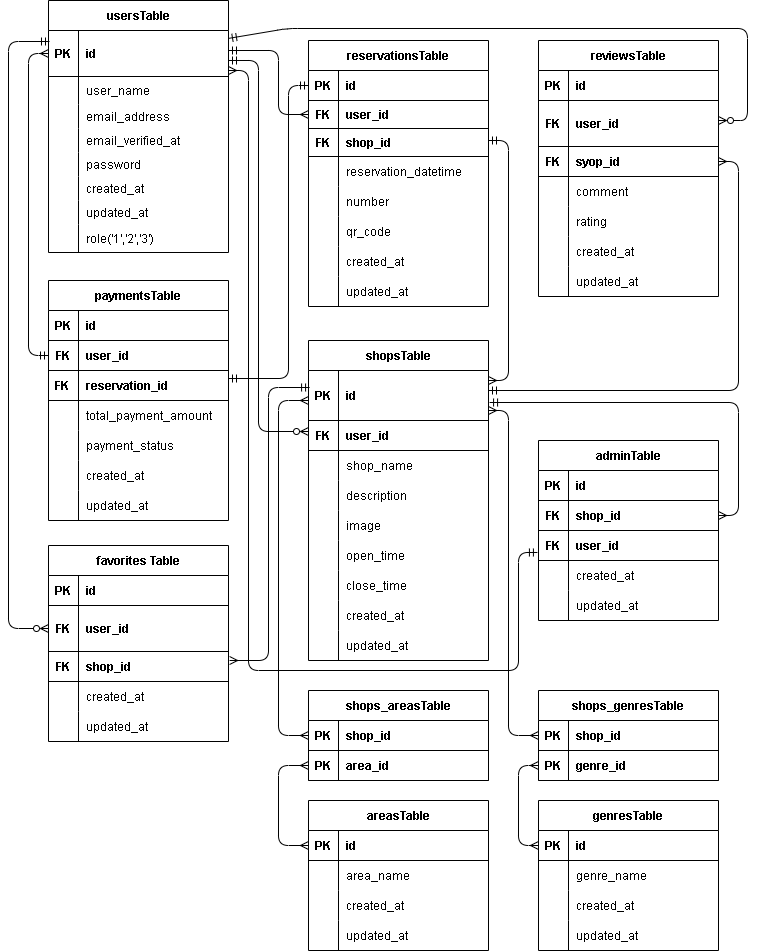
This is src/rese.drawio.png from ponponmama/2024-07-13, a draw.io export, as it was before one commit. Source tidied: cells renumbered, new cells last; positions are measured from the earlier drawing's top-left corner, leaving out a move shared by most shapes.
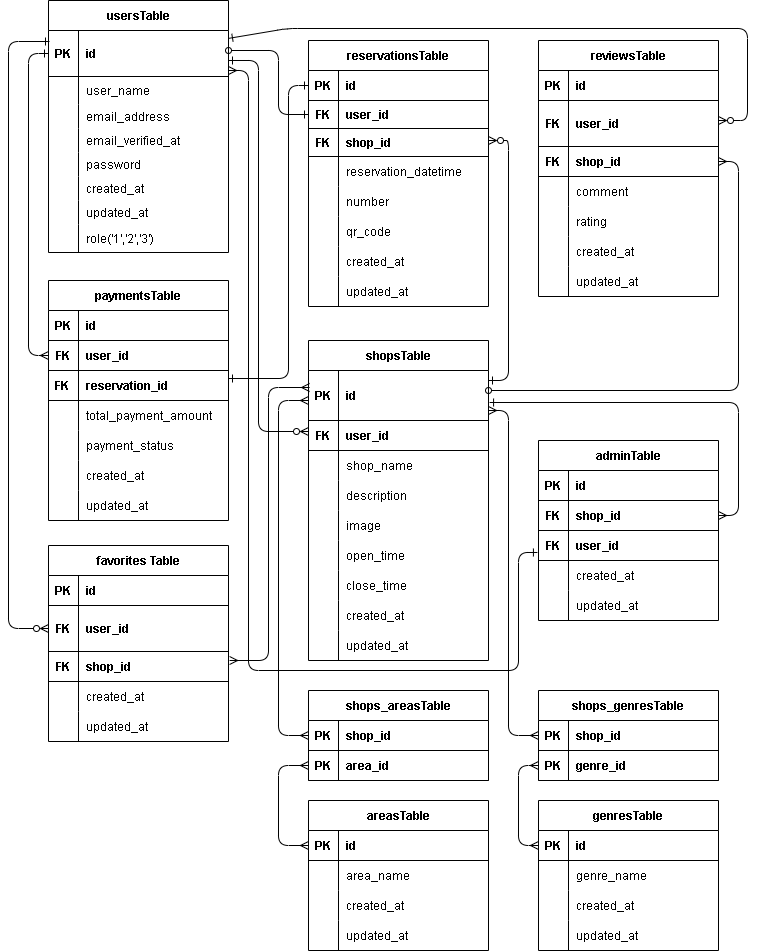
After the commit.

Commit message:
rese ER図修正

What changed in the source:
```diff
@@ -77,7 +77,7 @@
     <mxCell id="26" value="role('1','2','3')" style="shape=partialRectangle;fillColor=none;top=0;left=0;bottom=0;right=0;align=left;spacingLeft=6;overflow=hidden;labelBackgroundColor=none;strokeColor=#000000;strokeWidth=1;fontColor=#000000;fontSize=12;" parent="24" vertex="1">
       <mxGeometry x="30" width="150" height="28" as="geometry" />
     </mxCell>
-    <mxCell id="27" style="edgeStyle=orthogonalEdgeStyle;fontSize=12;html=1;endArrow=ERzeroToMany;strokeColor=#000000;strokeWidth=1;fontColor=default;startArrow=ERmandOne;startFill=0;entryX=0;entryY=0.5;entryDx=0;entryDy=0;endFill=0;" parent="2" edge="1" target="154">
+    <mxCell id="27" style="edgeStyle=orthogonalEdgeStyle;fontSize=12;html=1;endArrow=ERzeroToMany;strokeColor=#000000;strokeWidth=1;fontColor=default;startArrow=ERone;startFill=0;entryX=0;entryY=0.5;entryDx=0;entryDy=0;endFill=0;" parent="2" edge="1" target="154">
       <mxGeometry relative="1" as="geometry">
         <mxPoint x="1" y="41" as="sourcePoint" />
         <Array as="points">
@@ -236,7 +236,7 @@
     <mxCell id="77" value="FK" style="shape=partialRectangle;fillColor=none;top=0;left=0;bottom=0;right=0;fontStyle=1;overflow=hidden;fontColor=#000000;strokeColor=#000000;strokeWidth=1;" parent="76" vertex="1">
       <mxGeometry width="30" height="30" as="geometry" />
     </mxCell>
-    <mxCell id="78" value="syop_id" style="shape=partialRectangle;fillColor=none;top=0;left=0;bottom=0;right=0;align=left;spacingLeft=6;fontStyle=1;overflow=hidden;fontColor=#000000;strokeColor=#000000;strokeWidth=1;" parent="76" vertex="1">
+    <mxCell id="78" value="shop_id" style="shape=partialRectangle;fillColor=none;top=0;left=0;bottom=0;right=0;align=left;spacingLeft=6;fontStyle=1;overflow=hidden;fontColor=#000000;strokeColor=#000000;strokeWidth=1;" parent="76" vertex="1">
       <mxGeometry x="30" width="150" height="30" as="geometry" />
     </mxCell>
     <mxCell id="79" style="shape=tableRow;horizontal=0;startSize=0;swimlaneHead=0;swimlaneBody=0;fillColor=none;top=0;left=0;right=0;bottom=0;strokeColor=#000000;strokeWidth=1;fontColor=#000000;" parent="69" vertex="1">
@@ -341,7 +341,7 @@
     <mxCell id="112" value="updated_at" style="shape=partialRectangle;fillColor=none;top=0;left=0;bottom=0;right=0;align=left;spacingLeft=6;overflow=hidden;fontColor=#000000;strokeColor=#000000;strokeWidth=1;" parent="110" vertex="1">
       <mxGeometry x="30" width="150" height="30" as="geometry" />
     </mxCell>
-    <mxCell id="113" style="edgeStyle=orthogonalEdgeStyle;fontSize=12;html=1;endArrow=ERmany;startArrow=ERmandOne;startFill=0;entryX=0;entryY=0.5;entryDx=0;entryDy=0;strokeColor=#000000;strokeWidth=1;fontColor=default;" parent="1" edge="1" target="48">
+    <mxCell id="113" style="edgeStyle=orthogonalEdgeStyle;fontSize=12;html=1;endArrow=ERone;startArrow=oval;startFill=0;entryX=0;entryY=0.5;entryDx=0;entryDy=0;strokeColor=#000000;strokeWidth=1;fontColor=default;endFill=0;" parent="1" edge="1" target="48">
       <mxGeometry relative="1" as="geometry">
         <mxPoint x="220" y="50" as="sourcePoint" />
         <Array as="points">
@@ -350,7 +350,7 @@
         </Array>
       </mxGeometry>
     </mxCell>
-    <mxCell id="114" style="fontSize=12;html=1;endArrow=ERzeroToMany;startArrow=ERmandOne;startFill=0;strokeColor=#000000;strokeWidth=1;fontColor=default;endFill=0;" parent="1" edge="1" source="3">
+    <mxCell id="114" style="fontSize=12;html=1;endArrow=ERzeroToMany;startArrow=ERone;startFill=0;strokeColor=#000000;strokeWidth=1;fontColor=default;endFill=0;" parent="1" edge="1" source="3">
       <mxGeometry relative="1" as="geometry">
         <mxPoint x="710" y="120" as="targetPoint" />
         <Array as="points">
@@ -444,7 +444,7 @@
     <mxCell id="142" value="updated_at" style="shape=partialRectangle;fillColor=none;top=0;left=0;bottom=0;right=0;align=left;spacingLeft=6;overflow=hidden;fontColor=#000000;strokeColor=#000000;strokeWidth=1;" parent="140" vertex="1">
       <mxGeometry x="30" width="150" height="30" as="geometry" />
     </mxCell>
-    <mxCell id="143" style="edgeStyle=orthogonalEdgeStyle;fontSize=12;html=1;endArrow=ERmandOne;startArrow=ERmany;startFill=0;endFill=0;strokeColor=#000000;strokeWidth=1;fontColor=default;" parent="1" edge="1">
+    <mxCell id="143" style="edgeStyle=orthogonalEdgeStyle;fontSize=12;html=1;endArrow=ERzeroToMany;startArrow=ERone;startFill=0;endFill=0;strokeColor=#000000;strokeWidth=1;fontColor=default;" parent="1" edge="1">
       <mxGeometry relative="1" as="geometry">
         <mxPoint x="480" y="380" as="sourcePoint" />
         <mxPoint x="480" y="140" as="targetPoint" />
@@ -454,7 +454,7 @@
         </Array>
       </mxGeometry>
     </mxCell>
-    <mxCell id="144" style="edgeStyle=orthogonalEdgeStyle;fontSize=12;html=1;endArrow=ERmany;entryX=1;entryY=0.5;entryDx=0;entryDy=0;startArrow=ERmandOne;startFill=0;strokeColor=#000000;strokeWidth=1;fontColor=default;" parent="1" edge="1" target="76">
+    <mxCell id="144" style="edgeStyle=orthogonalEdgeStyle;fontSize=12;html=1;endArrow=ERmany;entryX=1;entryY=0.5;entryDx=0;entryDy=0;startArrow=oval;startFill=0;strokeColor=#000000;strokeWidth=1;fontColor=default;" parent="1" edge="1" target="76">
       <mxGeometry relative="1" as="geometry">
         <mxPoint x="480" y="390" as="sourcePoint" />
         <Array as="points">
@@ -463,7 +463,7 @@
         </Array>
       </mxGeometry>
     </mxCell>
-    <mxCell id="145" style="edgeStyle=orthogonalEdgeStyle;fontSize=12;html=1;endArrow=ERmany;entryX=1;entryY=0.5;entryDx=0;entryDy=0;startArrow=ERmandOne;startFill=0;strokeColor=#000000;strokeWidth=1;fontColor=default;exitX=1.006;exitY=0.64;exitDx=0;exitDy=0;exitPerimeter=0;" parent="1" edge="1" source="116" target="32">
+    <mxCell id="145" style="edgeStyle=orthogonalEdgeStyle;fontSize=12;html=1;endArrow=ERmany;entryX=1;entryY=0.5;entryDx=0;entryDy=0;startArrow=ERone;startFill=0;strokeColor=#000000;strokeWidth=1;fontColor=default;exitX=1.006;exitY=0.64;exitDx=0;exitDy=0;exitPerimeter=0;" parent="1" edge="1" source="116" target="32">
       <mxGeometry relative="1" as="geometry">
         <Array as="points">
           <mxPoint x="730" y="402" />
@@ -471,7 +471,7 @@
         </Array>
       </mxGeometry>
     </mxCell>
-    <mxCell id="146" style="edgeStyle=orthogonalEdgeStyle;fontSize=12;html=1;endArrow=ERmany;strokeColor=#000000;strokeWidth=1;fontColor=default;startArrow=ERmandOne;startFill=0;exitX=-0.006;exitY=0.733;exitDx=0;exitDy=0;exitPerimeter=0;" parent="1" edge="1" source="35">
+    <mxCell id="146" style="edgeStyle=orthogonalEdgeStyle;fontSize=12;html=1;endArrow=ERmany;strokeColor=#000000;strokeWidth=1;fontColor=default;startArrow=ERone;startFill=0;exitX=-0.006;exitY=0.733;exitDx=0;exitDy=0;exitPerimeter=0;" parent="1" edge="1" source="35">
       <mxGeometry relative="1" as="geometry">
         <mxPoint x="220" y="70" as="targetPoint" />
         <Array as="points">
@@ -482,7 +482,7 @@
         </Array>
       </mxGeometry>
     </mxCell>
-    <mxCell id="147" style="edgeStyle=orthogonalEdgeStyle;fontSize=12;html=1;endArrow=ERmany;strokeColor=#000000;strokeWidth=1;fontColor=default;exitX=0;exitY=0.5;exitDx=0;exitDy=0;startArrow=ERmandOne;startFill=0;entryX=0;entryY=0.5;entryDx=0;entryDy=0;endFill=0;" parent="1" edge="1" source="95" target="3">
+    <mxCell id="147" style="edgeStyle=orthogonalEdgeStyle;fontSize=12;html=1;endArrow=ERone;strokeColor=#000000;strokeWidth=1;fontColor=default;exitX=0;exitY=0.5;exitDx=0;exitDy=0;startArrow=ERmany;startFill=0;entryX=0;entryY=0.5;entryDx=0;entryDy=0;endFill=0;" parent="1" edge="1" source="95" target="3">
       <mxGeometry relative="1" as="geometry">
         <Array as="points">
           <mxPoint x="20" y="355" />
@@ -490,7 +490,7 @@
         </Array>
       </mxGeometry>
     </mxCell>
-    <mxCell id="148" style="edgeStyle=orthogonalEdgeStyle;fontSize=12;html=1;endArrow=ERmandOne;strokeColor=#000000;strokeWidth=1;fontColor=default;entryX=0;entryY=0.5;entryDx=0;entryDy=0;startArrow=ERmandOne;startFill=0;endFill=0;exitX=1;exitY=0.267;exitDx=0;exitDy=0;exitPerimeter=0;" parent="1" edge="1" source="98" target="45">
+    <mxCell id="148" style="edgeStyle=orthogonalEdgeStyle;fontSize=12;html=1;endArrow=ERone;strokeColor=#000000;strokeWidth=1;fontColor=default;entryX=0;entryY=0.5;entryDx=0;entryDy=0;startArrow=ERone;startFill=0;endFill=0;exitX=1;exitY=0.267;exitDx=0;exitDy=0;exitPerimeter=0;" parent="1" edge="1" source="98" target="45">
       <mxGeometry relative="1" as="geometry">
         <Array as="points">
           <mxPoint x="280" y="378" />
@@ -498,7 +498,7 @@
         </Array>
       </mxGeometry>
     </mxCell>
-    <mxCell id="149" style="edgeStyle=orthogonalEdgeStyle;fontSize=12;html=1;endArrow=ERzeroToMany;startArrow=ERmandOne;startFill=0;strokeColor=#000000;exitX=1;exitY=0.652;exitDx=0;exitDy=0;exitPerimeter=0;endFill=0;" parent="1" edge="1" source="3">
+    <mxCell id="149" style="edgeStyle=orthogonalEdgeStyle;fontSize=12;html=1;endArrow=ERzeroToMany;startArrow=ERone;startFill=0;strokeColor=#000000;exitX=1;exitY=0.652;exitDx=0;exitDy=0;exitPerimeter=0;endFill=0;" parent="1" edge="1" source="3">
       <mxGeometry relative="1" as="geometry">
         <mxPoint x="300" y="431" as="targetPoint" />
         <Array as="points">
@@ -555,7 +555,7 @@
     <mxCell id="165" value="updated_at" style="shape=partialRectangle;fillColor=none;top=0;left=0;bottom=0;right=0;align=left;spacingLeft=6;overflow=hidden;fontColor=#000000;strokeColor=#000000;strokeWidth=1;" parent="163" vertex="1">
       <mxGeometry x="30" width="150" height="30" as="geometry" />
     </mxCell>
-    <mxCell id="166" style="edgeStyle=orthogonalEdgeStyle;fontSize=12;html=1;endArrow=ERmandOne;fontColor=#FF0000;exitX=1.006;exitY=0.3;exitDx=0;exitDy=0;strokeColor=#000000;startArrow=ERmany;startFill=0;entryX=0.006;entryY=0.34;entryDx=0;entryDy=0;entryPerimeter=0;exitPerimeter=0;" parent="1" edge="1" source="157" target="116">
+    <mxCell id="166" style="edgeStyle=orthogonalEdgeStyle;fontSize=12;html=1;endArrow=ERmany;fontColor=#FF0000;exitX=1.006;exitY=0.3;exitDx=0;exitDy=0;strokeColor=#000000;startArrow=ERmany;startFill=0;entryX=0.006;entryY=0.34;entryDx=0;entryDy=0;entryPerimeter=0;exitPerimeter=0;endFill=0;" parent="1" edge="1" source="157" target="116">
       <mxGeometry relative="1" as="geometry">
         <Array as="points">
           <mxPoint x="260" y="660" />
```
